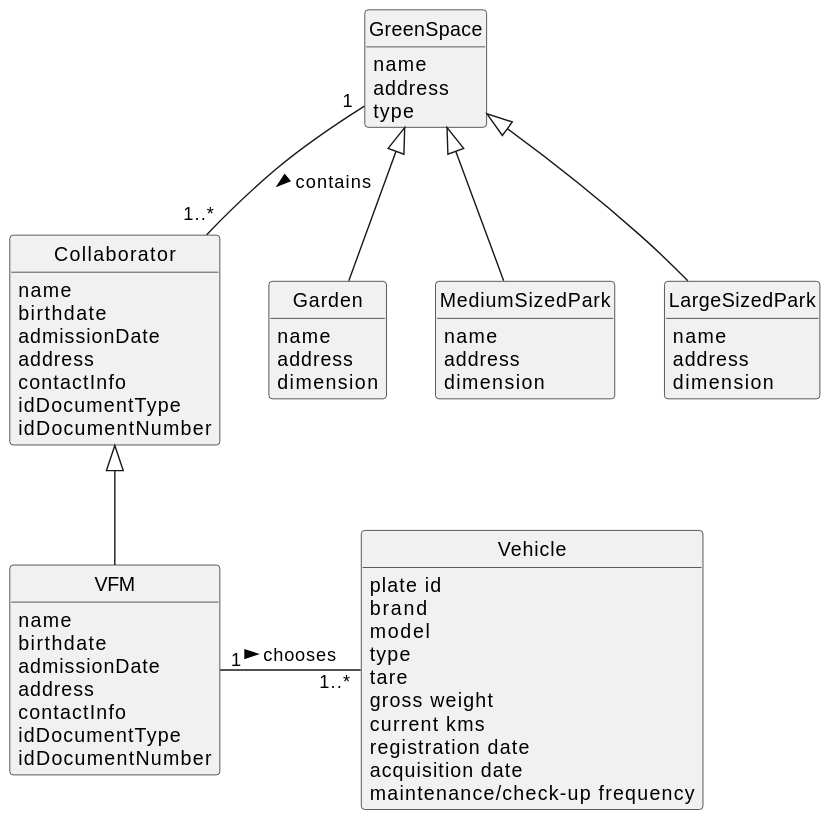
This is docs/sprintA/us007/02.analysis/svg/us007-domain-model.svg from diogoveirospro/lei-24-s2-1dg-g072, a PlantUML export, as it was before one commit. The source it was exported from:
```plantuml
@startuml
skinparam monochrome true
skinparam packageStyle rectangle
skinparam shadowing false


skinparam classAttributeIconSize 0
hide circles
hide methods

class Collaborator {
    name
    birthdate
    admissionDate
    address
    contactInfo
    idDocumentType
    idDocumentNumber
}

class VFM{
    name
    birthdate
    admissionDate
    address
    contactInfo
    idDocumentType
    idDocumentNumber
}

class Vehicle{
    plate id
    brand
    model
    type
    tare
    gross weight
    current kms
    registration date
    acquisition date
    maintenance/check-up frequency
}

class GreenSpace {
    name
    address
    type
}

class Garden {
    name
    address
    dimension
}

class MediumSizedPark {
    name
    address
    dimension
}

class LargeSizedPark {
    name
    address
    dimension
}

Collaborator <|-- VFM
VFM "1"-"   1..*" Vehicle: chooses >
GreenSpace "1" -- "1..*" Collaborator: contains >
GreenSpace <|-- Garden
GreenSpace <|-- MediumSizedPark
GreenSpace <|-- LargeSizedPark
@enduml
```
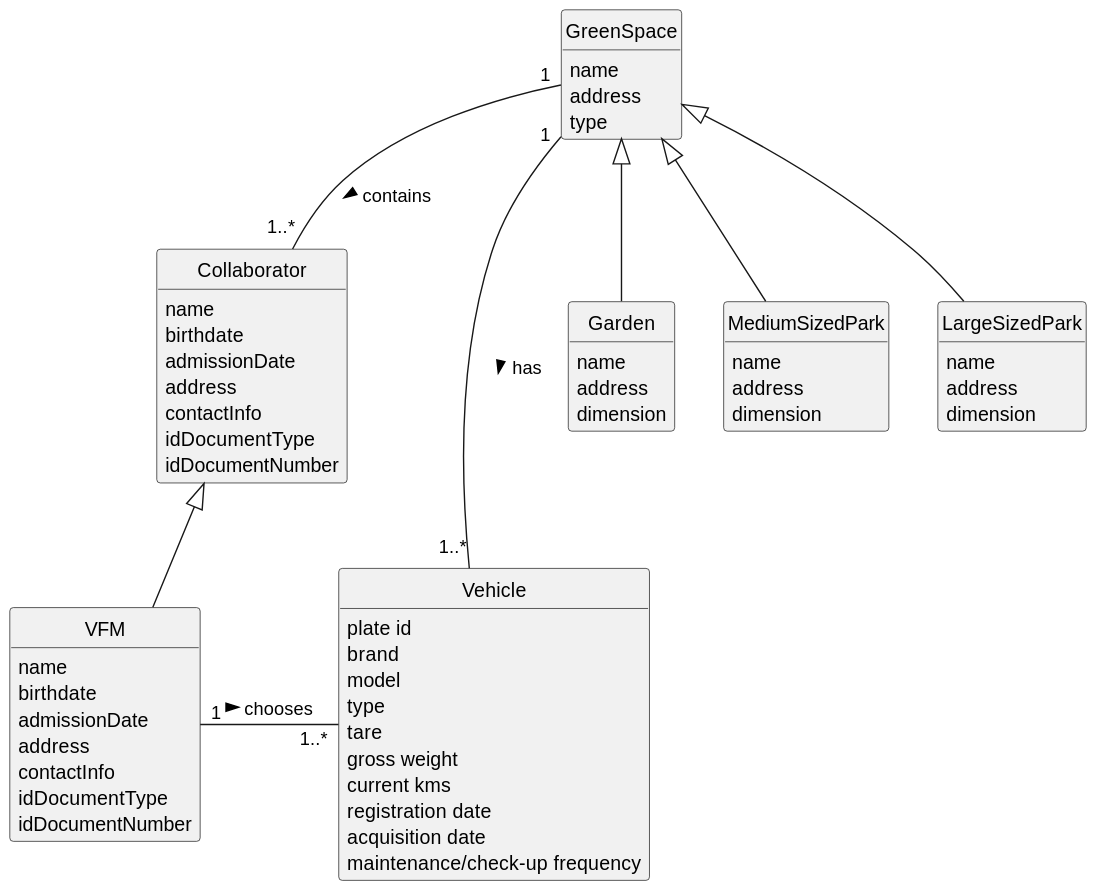
After the commit.

What changed in the source:
```diff
@@ -68,6 +68,7 @@
 Collaborator <|-- VFM
 VFM "1"-"   1..*" Vehicle: chooses >
 GreenSpace "1" -- "1..*" Collaborator: contains >
+GreenSpace "1" -- "1..*" Vehicle: has >
 GreenSpace <|-- Garden
 GreenSpace <|-- MediumSizedPark
 GreenSpace <|-- LargeSizedPark
```
